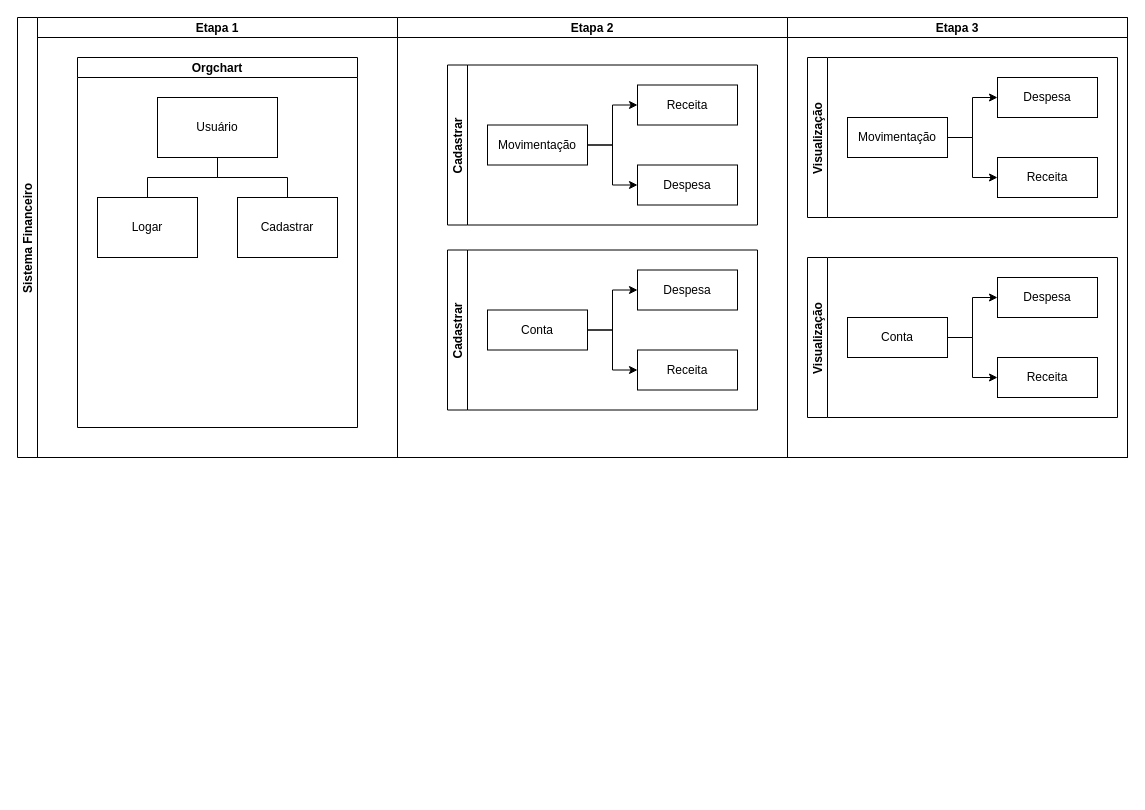
Above: page "Page-1" (3 of 3) of finances/abstractio.drawio in Luanftg/PIT01GP01 (draw.io), before the change. Source tidied: cells renumbered, new cells numbered last; positions are measured from the earlier drawing's top-left corner, leaving out a move shared by most shapes. Both pictures are drawn from the tidied source at 100%, with x=0, y=0 at pixel (17, 17).
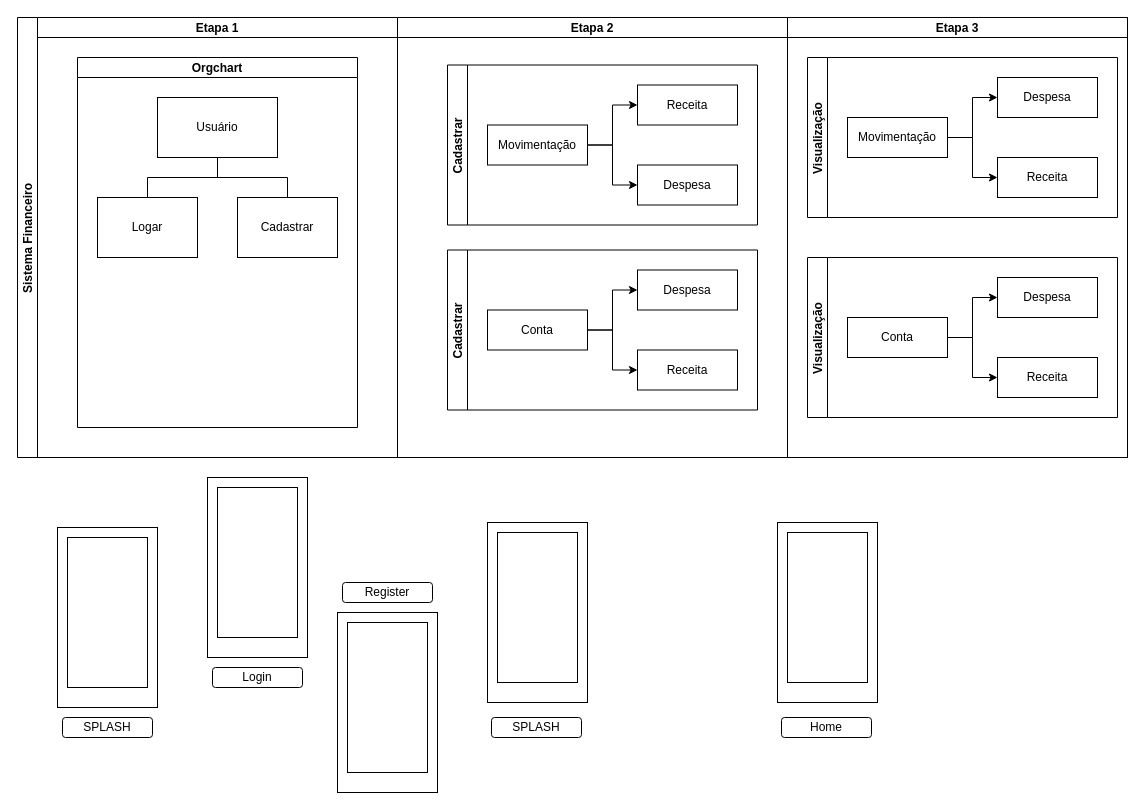
After the change.

What changed in the source:
```diff
@@
+    <mxCell id="36" style="rounded=0;whiteSpace=wrap;html=1;rotation=90;" parent="1" vertex="1">
+      <mxGeometry y="550" width="180" height="100" as="geometry" />
+    </mxCell>
+    <mxCell id="37" style="rounded=0;whiteSpace=wrap;html=1;rotation=90;" parent="1" vertex="1">
+      <mxGeometry x="15" y="555" width="150" height="80" as="geometry" />
+    </mxCell>
+    <mxCell id="38" style="rounded=0;whiteSpace=wrap;html=1;rotation=90;" parent="1" vertex="1">
+      <mxGeometry x="150" y="500" width="180" height="100" as="geometry" />
+    </mxCell>
+    <mxCell id="39" style="rounded=0;whiteSpace=wrap;html=1;rotation=90;" parent="1" vertex="1">
+      <mxGeometry x="165" y="505" width="150" height="80" as="geometry" />
+    </mxCell>
+    <mxCell id="40" style="rounded=0;whiteSpace=wrap;html=1;rotation=90;" parent="1" vertex="1">
+      <mxGeometry x="280" y="635" width="180" height="100" as="geometry" />
+    </mxCell>
+    <mxCell id="41" style="rounded=0;whiteSpace=wrap;html=1;rotation=90;" parent="1" vertex="1">
+      <mxGeometry x="295" y="640" width="150" height="80" as="geometry" />
+    </mxCell>
+    <mxCell id="42" style="rounded=0;whiteSpace=wrap;html=1;rotation=90;" parent="1" vertex="1">
+      <mxGeometry x="430" y="545" width="180" height="100" as="geometry" />
+    </mxCell>
+    <mxCell id="43" style="rounded=0;whiteSpace=wrap;html=1;rotation=90;" parent="1" vertex="1">
+      <mxGeometry x="445" y="550" width="150" height="80" as="geometry" />
+    </mxCell>
+    <mxCell id="44" value="SPLASH" style="rounded=1;whiteSpace=wrap;html=1;" parent="1" vertex="1">
+      <mxGeometry x="474" y="700" width="90" height="20" as="geometry" />
+    </mxCell>
+    <mxCell id="45" value="SPLASH" style="rounded=1;whiteSpace=wrap;html=1;" parent="1" vertex="1">
+      <mxGeometry x="45" y="700" width="90" height="20" as="geometry" />
+    </mxCell>
+    <mxCell id="46" value="Login" style="rounded=1;whiteSpace=wrap;html=1;" parent="1" vertex="1">
+      <mxGeometry x="195" y="650" width="90" height="20" as="geometry" />
+    </mxCell>
+    <mxCell id="47" value="Register" style="rounded=1;whiteSpace=wrap;html=1;" parent="1" vertex="1">
+      <mxGeometry x="325" y="565" width="90" height="20" as="geometry" />
+    </mxCell>
+    <mxCell id="48" style="rounded=0;whiteSpace=wrap;html=1;rotation=90;" parent="1" vertex="1">
+      <mxGeometry x="720" y="545" width="180" height="100" as="geometry" />
+    </mxCell>
+    <mxCell id="49" style="rounded=0;whiteSpace=wrap;html=1;rotation=90;" parent="1" vertex="1">
+      <mxGeometry x="735" y="550" width="150" height="80" as="geometry" />
+    </mxCell>
+    <mxCell id="50" value="Home" style="rounded=1;whiteSpace=wrap;html=1;" parent="1" vertex="1">
+      <mxGeometry x="764" y="700" width="90" height="20" as="geometry" />
+    </mxCell>
```
